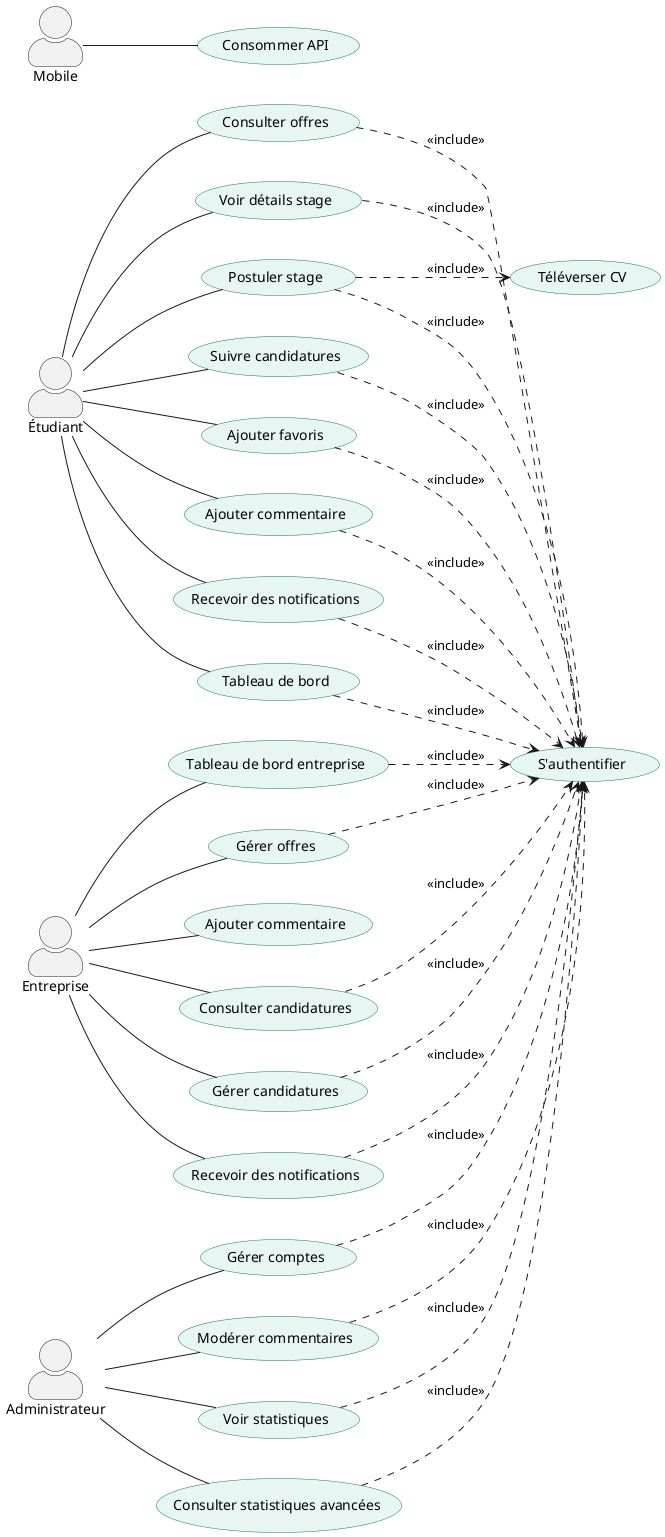
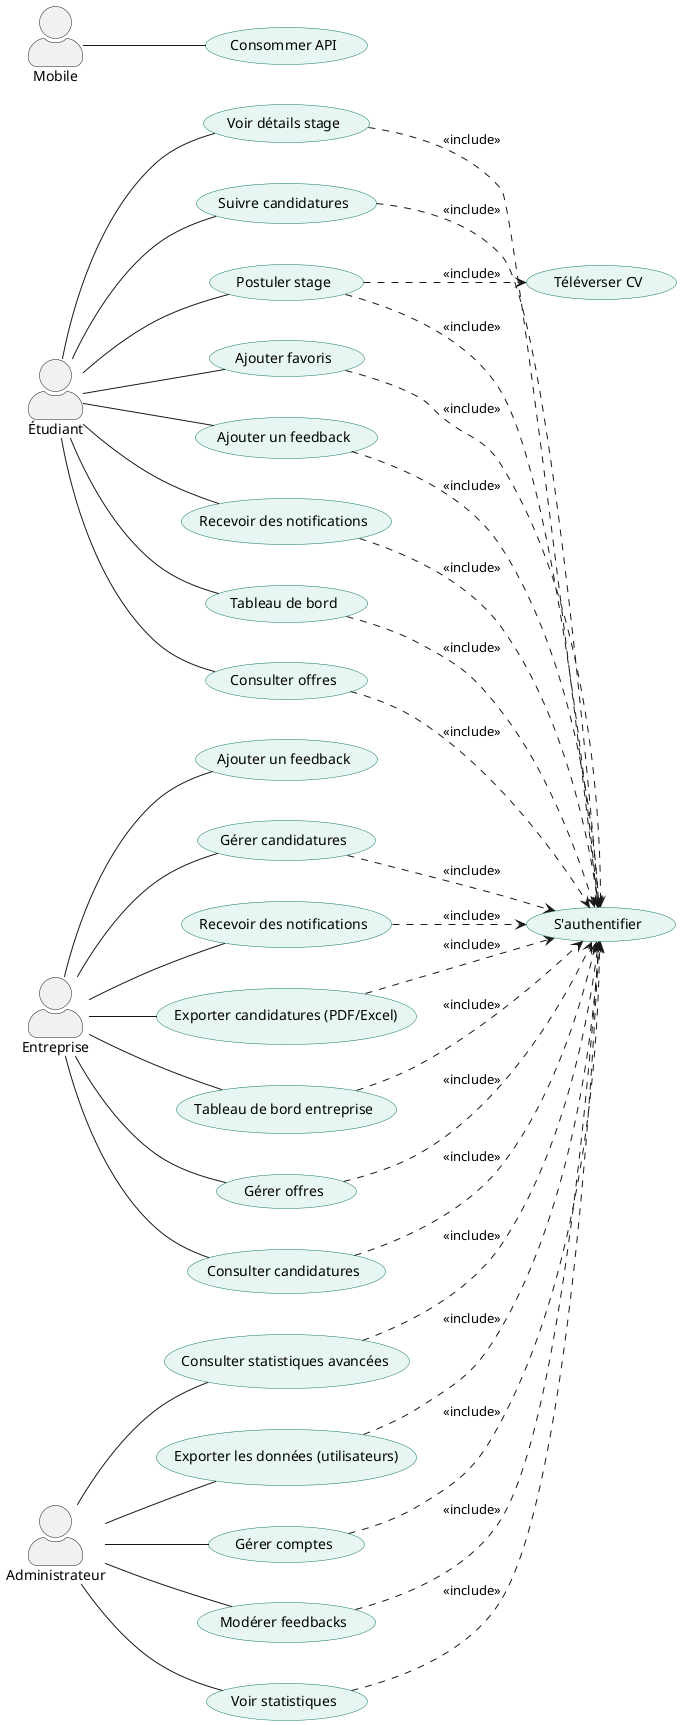
@startuml StageFlow_UseCase_Global
left to right direction
skinparam actorStyle awesome
skinparam shadowing false

skinparam usecase {
    BackgroundColor #E8F6F3
    BorderColor #117864
}

skinparam nodesep 40
skinparam ranksep 50


actor "Étudiant" as E
actor "Entreprise" as Ent
actor "Administrateur" as Admin
actor "Mobile" as Mob


'=====================
' Étudiant Use Cases
'=====================

usecase "Tableau de bord" as UC1
usecase "Consulter offres" as UC2
usecase "Voir détails stage" as UC3
usecase "Postuler stage" as UC4
usecase "Téléverser CV" as UC5
usecase "Suivre candidatures" as UC6
usecase "Ajouter favoris" as UC7
- usecase "Ajouter commentaire" as UC8
+ usecase "Ajouter un feedback" as UC8
usecase "Recevoir des notifications" as UC17


'=====================
' Entreprise Use Cases
'=====================

usecase "Tableau de bord entreprise" as UC9
usecase "Gérer offres" as UC10
usecase "Consulter candidatures" as UC11
usecase "Gérer candidatures" as UC12
- usecase "Ajouter commentaire" as UC13
+ usecase "Ajouter un feedback" as UC13
usecase "Recevoir des notifications" as UC18
+ usecase "Exporter candidatures (PDF/Excel)" as UC20


'=====================
' Admin Use Cases
'=====================

usecase "Gérer comptes" as UC14
- usecase "Modérer commentaires" as UC15
+ usecase "Modérer feedbacks" as UC15
usecase "Voir statistiques" as UC16
usecase "Consulter statistiques avancées" as UC19
+ usecase "Exporter les données (utilisateurs)" as UC21


'=====================
' Mobile API
'=====================

usecase "Consommer API" as API


'=====================
' Authentification
'=====================

usecase "S'authentifier" as Auth


'=====================
' Relations Étudiant
'=====================

E -- UC1
E -- UC2
E -- UC3
E -- UC4
E -- UC6
E -- UC7
E -- UC8
E -- UC17

UC4 ..> UC5 : <<include>>


'=====================
' Relations Entreprise
'=====================

Ent -- UC9
Ent -- UC10
Ent -- UC11
Ent -- UC12
Ent -- UC13
Ent -- UC18
+ Ent -- UC20


'=====================
' Relations Admin
'=====================

Admin -- UC14
Admin -- UC15
Admin -- UC16
Admin -- UC19
+ Admin -- UC21


'=====================
' Mobile
'=====================

Mob -- API



'=====================
' Authentification includes
'=====================

UC1 ..> Auth : <<include>>
UC2 ..> Auth : <<include>>
UC3 ..> Auth : <<include>>
UC4 ..> Auth : <<include>>
UC6 ..> Auth : <<include>>
UC7 ..> Auth : <<include>>
UC8 ..> Auth : <<include>>

UC9 ..> Auth : <<include>>
UC10 ..> Auth : <<include>>
UC11 ..> Auth : <<include>>
UC12 ..> Auth : <<include>>

UC14 ..> Auth : <<include>>
UC15 ..> Auth : <<include>>
UC16 ..> Auth : <<include>>

UC17 ..> Auth : <<include>>
UC18 ..> Auth : <<include>>
UC19 ..> Auth : <<include>>
+ UC20 ..> Auth : <<include>>
+ UC21 ..> Auth : <<include>>

@enduml